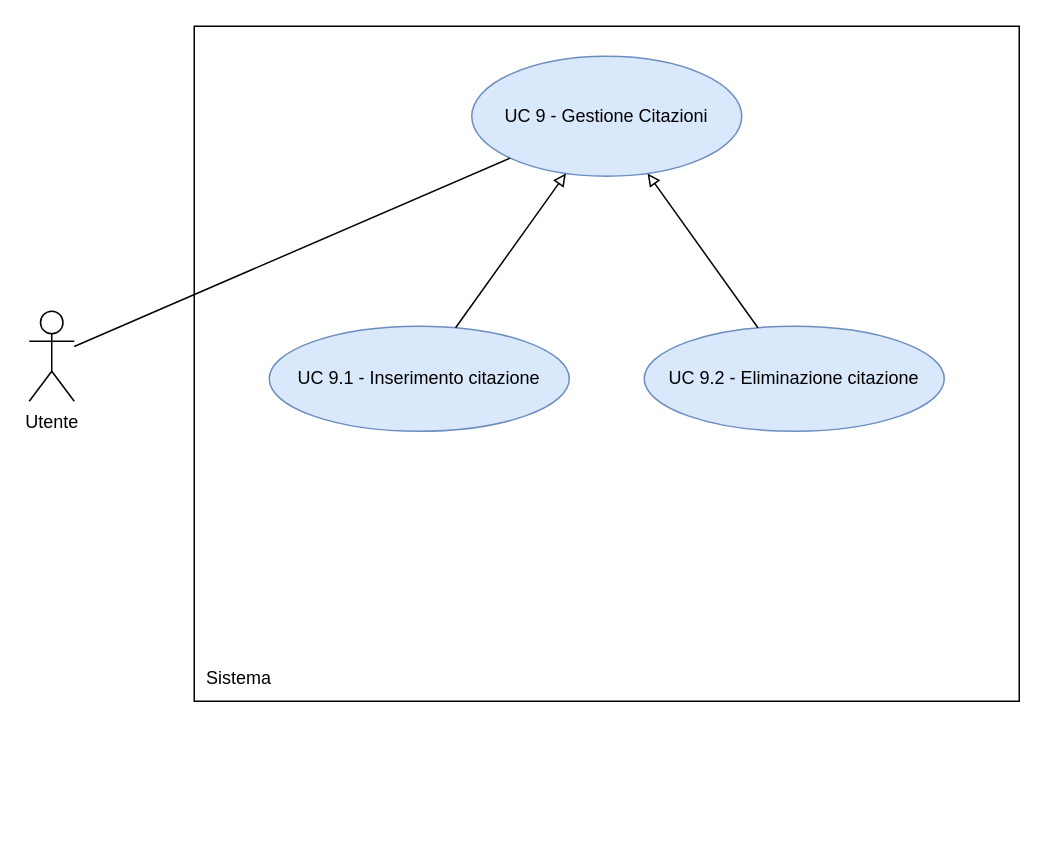
This is RTB/doc_esterna/analisi-dei-requisiti/assets/draw.io/UC9.drawio from thebitless-group-swe/thebitless.github.io, a draw.io file, before an edit. Source tidied: cells renumbered, new cells numbered last; positions are measured from the earlier drawing's top-left corner, leaving out a move shared by most shapes. Both pictures are drawn from the tidied source at 150%, with x=0, y=0 at pixel (28, 26).
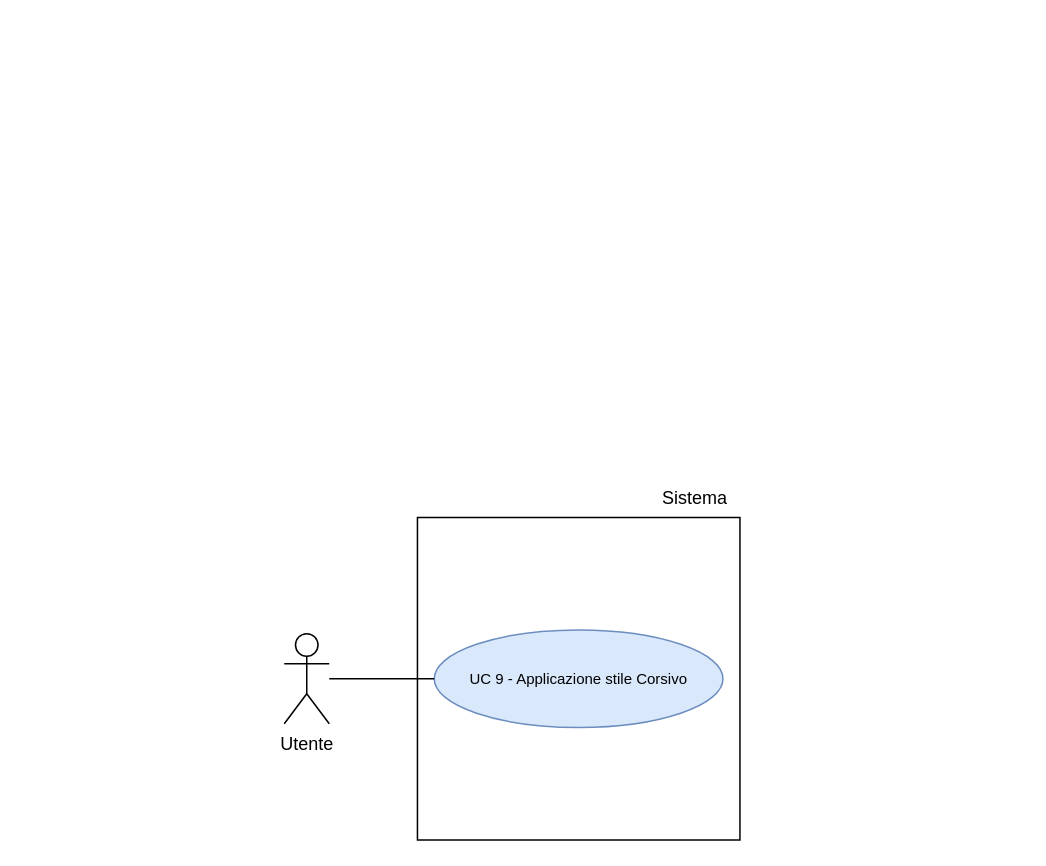
The same diagram, later.

What changed in the source:
```diff
@@
 <mxGraphModel>
   <root>
     <mxCell id="0" />
     <mxCell id="1" parent="0" />
     <mxCell id="2" value="Utente" style="shape=umlActor;verticalLabelPosition=bottom;verticalAlign=top;html=1;outlineConnect=0;" parent="1" vertex="1">
-      <mxGeometry y="190" width="30" height="60" as="geometry" />
+      <mxGeometry x="170" y="405" width="30" height="60" as="geometry" />
     </mxCell>
-    <mxCell id="3" style="whiteSpace=wrap;html=1;" parent="1" vertex="1">
-      <mxGeometry x="110" width="550" height="450" as="geometry" />
-    </mxCell>
+    <mxCell id="11" style="whiteSpace=wrap;html=1;" parent="1" vertex="1">
+      <mxGeometry x="258.8" y="327.5" width="215" height="215" as="geometry" />
+    </mxCell>
     <mxCell id="4" value="Sistema" style="text;html=1;whiteSpace=wrap;strokeColor=none;fillColor=none;align=center;verticalAlign=middle;rounded=0;" parent="1" vertex="1">
-      <mxGeometry x="110" y="420" width="60" height="30" as="geometry" />
+      <mxGeometry x="413.8" y="300" width="60" height="30" as="geometry" />
     </mxCell>
-    <mxCell id="5" value="UC 9 - Gestione Citazioni" style="ellipse;whiteSpace=wrap;html=1;fillColor=#dae8fc;strokeColor=#6c8ebf;" parent="1" vertex="1">
-      <mxGeometry x="295" y="20" width="180" height="80" as="geometry" />
-    </mxCell>
-    <mxCell id="6" style="edgeStyle=none;rounded=0;jettySize=auto;html=1;endArrow=none;endFill=0;" parent="1" edge="1" source="2" target="5">
-      <mxGeometry relative="1" as="geometry" />
-    </mxCell>
-    <mxCell id="7" value="UC 9.1 - Inserimento citazione" style="ellipse;whiteSpace=wrap;html=1;fillColor=#dae8fc;strokeColor=#6c8ebf;" parent="1" vertex="1">
-      <mxGeometry x="160" y="200" width="200" height="70" as="geometry" />
-    </mxCell>
-    <mxCell id="8" style="edgeStyle=none;rounded=0;jettySize=auto;html=1;endArrow=block;endFill=0;" parent="1" edge="1" source="7" target="5">
-      <mxGeometry relative="1" as="geometry" />
-    </mxCell>
-    <mxCell id="9" value="UC 9.2 - Eliminazione citazione" style="ellipse;whiteSpace=wrap;html=1;fillColor=#dae8fc;strokeColor=#6c8ebf;" parent="1" vertex="1">
-      <mxGeometry x="410" y="200" width="200" height="70" as="geometry" />
-    </mxCell>
-    <mxCell id="10" style="edgeStyle=none;rounded=0;jettySize=auto;html=1;endArrow=block;endFill=0;" parent="1" edge="1" source="9" target="5">
-      <mxGeometry relative="1" as="geometry" />
-    </mxCell>
+    <mxCell id="12" value="UC 9 - Applicazione stile Corsivo" style="ellipse;whiteSpace=wrap;html=1;fillColor=#dae8fc;strokeColor=#6c8ebf;fontSize=10;" parent="1" vertex="1">
+      <mxGeometry x="270" y="402.5" width="192.5" height="65" as="geometry" />
+    </mxCell>
+    <mxCell id="13" style="edgeStyle=none;rounded=0;jettySize=auto;html=1;endArrow=none;endFill=0;" parent="1" edge="1" source="2" target="12">
+      <mxGeometry relative="1" as="geometry" />
+    </mxCell>
   </root>
 </mxGraphModel>
```
